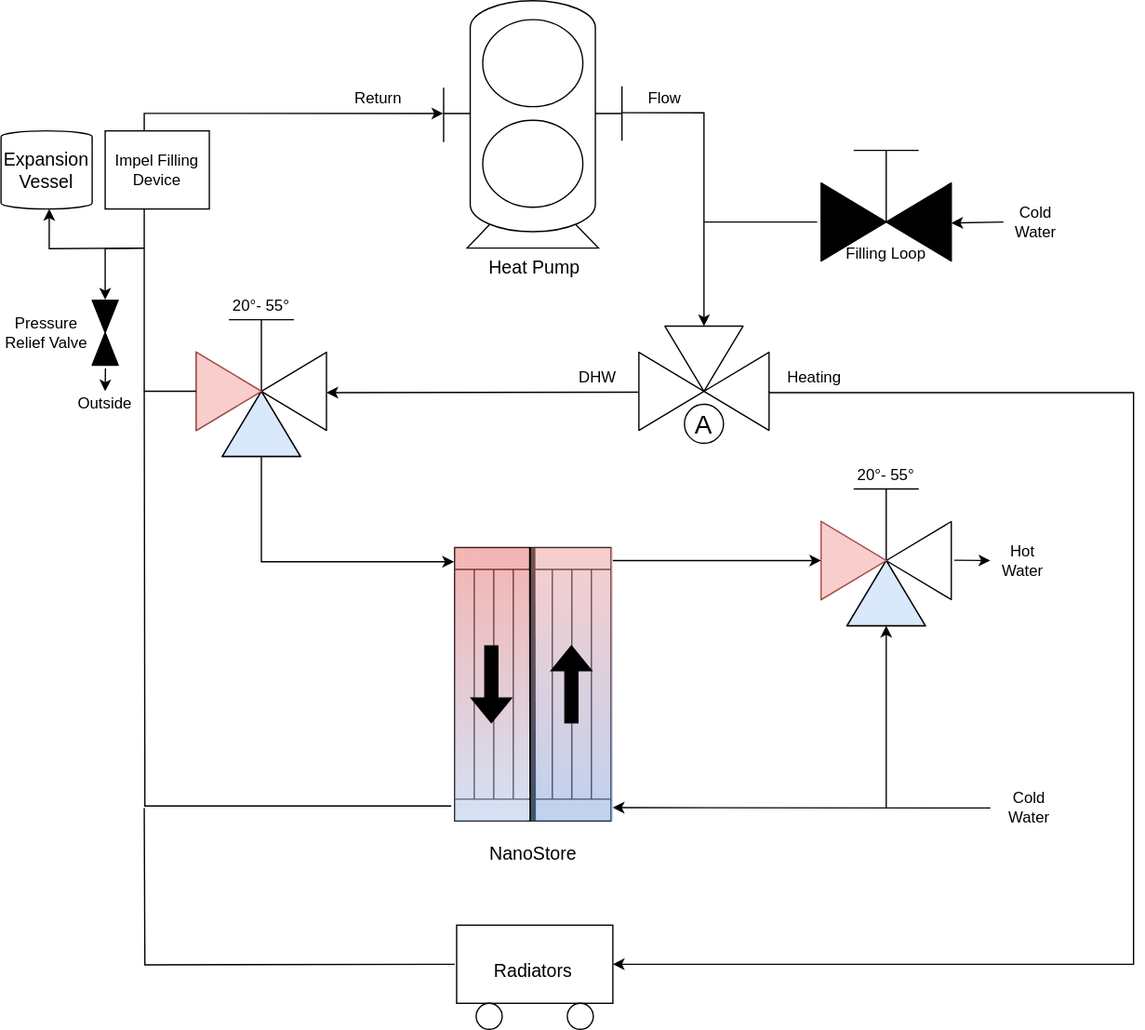
Before: assets/images/home-assistant/original-plumbing-schematic.svg, a diagram exported from draw.io (TheCandidStartup/TheCandidStartup.github.io). Source tidied: cells renumbered, new cells last; positions are measured from the earlier drawing's top-left corner, leaving out a move shared by most shapes. Source of this version:
```xml
<mxGraphModel>
  <root>
    <mxCell id="0" />
    <mxCell id="1" parent="0" />
    <mxCell id="2" style="edgeStyle=orthogonalEdgeStyle;rounded=0;jettySize=auto;html=1;startArrow=classic;startFill=1;endArrow=none;endFill=0;entryX=1;entryY=0.453;entryDx=0;entryDy=0;entryPerimeter=0;" parent="1" edge="1" source="3" target="5">
      <mxGeometry relative="1" as="geometry">
        <Array as="points">
          <mxPoint x="540" y="86" />
        </Array>
      </mxGeometry>
    </mxCell>
    <mxCell id="3" style="verticalLabelPosition=bottom;align=center;html=1;verticalAlign=top;dashed=0;shape=mxgraph.pid2valves.valve;valveType=threeWay;actuator=none;direction=west;" parent="1" vertex="1">
      <mxGeometry x="490" y="250" width="100" height="80" as="geometry" />
    </mxCell>
    <mxCell id="4" style="shape=mxgraph.pid.vessels.pressurized_vessel;html=1;align=center;verticalLabelPosition=bottom;verticalAlign=top;dashed=0;" parent="1" vertex="1">
      <mxGeometry y="100" width="70" height="60" as="geometry" />
    </mxCell>
    <mxCell id="5" style="shape=mxgraph.pid.pumps.gear_pump;html=1;align=center;verticalLabelPosition=bottom;verticalAlign=top;dashed=0;" parent="1" vertex="1">
      <mxGeometry x="340" width="137" height="190" as="geometry" />
    </mxCell>
    <mxCell id="6" value="&lt;font style=&quot;font-size: 20px;&quot;&gt;A&lt;/font&gt;" style="ellipse;whiteSpace=wrap;html=1;" parent="1" vertex="1">
      <mxGeometry x="525" y="310" width="30" height="30" as="geometry" />
    </mxCell>
    <mxCell id="7" style="shape=mxgraph.pid.heat_exchangers.fixed_straight_tubes_heat_exchanger;html=1;align=center;verticalLabelPosition=bottom;verticalAlign=top;dashed=0;direction=south;" parent="1" vertex="1">
      <mxGeometry x="348.5" y="420" width="120" height="210" as="geometry" />
    </mxCell>
    <mxCell id="8" style="endArrow=none;html=1;rounded=0;strokeWidth=5;exitX=1;exitY=0.501;exitDx=0;exitDy=0;exitPerimeter=0;" parent="1" edge="1" source="7">
      <mxGeometry relative="1" as="geometry">
        <mxPoint x="408" y="420" as="targetPoint" />
      </mxGeometry>
    </mxCell>
    <mxCell id="9" style="group;" parent="1" vertex="1">
      <mxGeometry x="150" y="230" width="100" height="120" as="geometry" />
    </mxCell>
    <mxCell id="10" style="verticalLabelPosition=bottom;align=center;html=1;verticalAlign=top;dashed=0;shape=mxgraph.pid2valves.valve;valveType=threeWay;actuator=man;direction=east;" parent="9" vertex="1">
      <mxGeometry width="100" height="120" as="geometry" />
    </mxCell>
    <mxCell id="11" style="triangle;whiteSpace=wrap;html=1;fillColor=#dae8fc;strokeColor=#000000;direction=north;" parent="9" vertex="1">
      <mxGeometry x="20" y="70" width="60" height="50" as="geometry" />
    </mxCell>
    <mxCell id="12" style="triangle;whiteSpace=wrap;html=1;fillColor=#f8cecc;strokeColor=#b85450;direction=east;" parent="9" vertex="1">
      <mxGeometry y="40" width="50" height="60" as="geometry" />
    </mxCell>
    <mxCell id="13" value="20°- 55°" style="text;html=1;strokeColor=none;fillColor=none;align=center;verticalAlign=middle;whiteSpace=wrap;rounded=0;" parent="9" vertex="1">
      <mxGeometry x="25" y="-10" width="50" height="30" as="geometry" />
    </mxCell>
    <mxCell id="14" style="group;" parent="1" vertex="1">
      <mxGeometry x="630" y="360" width="100" height="120" as="geometry" />
    </mxCell>
    <mxCell id="15" style="verticalLabelPosition=bottom;align=center;html=1;verticalAlign=top;dashed=0;shape=mxgraph.pid2valves.valve;valveType=threeWay;actuator=man;direction=east;" parent="14" vertex="1">
      <mxGeometry width="100" height="120" as="geometry" />
    </mxCell>
    <mxCell id="16" style="triangle;whiteSpace=wrap;html=1;fillColor=#dae8fc;strokeColor=#000000;direction=north;" parent="14" vertex="1">
      <mxGeometry x="20" y="70" width="60" height="50" as="geometry" />
    </mxCell>
    <mxCell id="17" style="triangle;whiteSpace=wrap;html=1;fillColor=#f8cecc;strokeColor=#b85450;direction=east;" parent="14" vertex="1">
      <mxGeometry y="40" width="50" height="60" as="geometry" />
    </mxCell>
    <mxCell id="18" style="rounded=0;whiteSpace=wrap;html=1;gradientColor=#7EA6E0;fillColor=#F19C99;opacity=50;strokeColor=none;" parent="1" vertex="1">
      <mxGeometry x="407" y="420" width="63" height="210" as="geometry" />
    </mxCell>
    <mxCell id="19" style="rounded=0;whiteSpace=wrap;html=1;gradientColor=#A9C4EB;fillColor=#EA6B66;opacity=50;strokeColor=none;direction=east;" parent="1" vertex="1">
      <mxGeometry x="348.5" y="420" width="57" height="210" as="geometry" />
    </mxCell>
    <mxCell id="20" style="verticalLabelPosition=bottom;align=center;html=1;verticalAlign=top;dashed=0;shape=mxgraph.pid2valves.valve;valveType=gate;defState=closed;direction=north;" parent="1" vertex="1">
      <mxGeometry x="70" y="230" width="20" height="50" as="geometry" />
    </mxCell>
    <mxCell id="21" style="endArrow=classic;html=1;rounded=0;exitX=1.007;exitY=0.367;exitDx=0;exitDy=0;exitPerimeter=0;" parent="1" edge="1" source="3">
      <mxGeometry relative="1" as="geometry">
        <mxPoint x="250" y="301" as="targetPoint" />
      </mxGeometry>
    </mxCell>
    <mxCell id="22" style="endArrow=classic;html=1;rounded=0;exitX=0;exitY=0.5;exitDx=0;exitDy=0;entryX=-0.009;entryY=0.052;entryDx=0;entryDy=0;edgeStyle=orthogonalEdgeStyle;entryPerimeter=0;" parent="1" edge="1" source="11" target="19">
      <mxGeometry relative="1" as="geometry" />
    </mxCell>
    <mxCell id="23" style="endArrow=classic;html=1;rounded=0;exitX=0;exitY=0.5;exitDx=0;exitDy=0;entryX=-0.002;entryY=0.456;entryDx=0;entryDy=0;entryPerimeter=0;edgeStyle=orthogonalEdgeStyle;" parent="1" edge="1" source="12" target="5">
      <mxGeometry relative="1" as="geometry">
        <Array as="points">
          <mxPoint x="110" y="300" />
          <mxPoint x="110" y="87" />
        </Array>
      </mxGeometry>
    </mxCell>
    <mxCell id="24" style="endArrow=classic;html=1;rounded=0;entryX=1.007;entryY=0.5;entryDx=0;entryDy=0;entryPerimeter=0;edgeStyle=orthogonalEdgeStyle;" parent="1" edge="1" target="20">
      <mxGeometry relative="1" as="geometry">
        <mxPoint x="110" y="190" as="sourcePoint" />
      </mxGeometry>
    </mxCell>
    <mxCell id="25" style="endArrow=classic;html=1;rounded=0;entryX=0.5;entryY=0;entryDx=0;entryDy=0;exitX=-0.049;exitY=0.51;exitDx=0;exitDy=0;exitPerimeter=0;" parent="1" edge="1" source="20" target="43">
      <mxGeometry relative="1" as="geometry" />
    </mxCell>
    <mxCell id="26" style="endArrow=classic;html=1;rounded=0;entryX=0.529;entryY=1;entryDx=0;entryDy=0;entryPerimeter=0;edgeStyle=orthogonalEdgeStyle;" parent="1" edge="1" target="4">
      <mxGeometry relative="1" as="geometry">
        <mxPoint x="110" y="190" as="sourcePoint" />
      </mxGeometry>
    </mxCell>
    <mxCell id="27" style="endArrow=none;html=1;rounded=0;edgeStyle=orthogonalEdgeStyle;endFill=0;exitX=-0.047;exitY=0.945;exitDx=0;exitDy=0;exitPerimeter=0;" parent="1" edge="1" source="19">
      <mxGeometry relative="1" as="geometry">
        <mxPoint x="110" y="300" as="targetPoint" />
      </mxGeometry>
    </mxCell>
    <mxCell id="28" style="endArrow=classic;html=1;rounded=0;entryX=0.999;entryY=0.951;entryDx=0;entryDy=0;entryPerimeter=0;" parent="1" edge="1" target="18">
      <mxGeometry relative="1" as="geometry">
        <mxPoint x="760" y="620" as="sourcePoint" />
      </mxGeometry>
    </mxCell>
    <mxCell id="29" style="endArrow=classic;html=1;rounded=0;entryX=0;entryY=0.5;entryDx=0;entryDy=0;" parent="1" edge="1" target="16">
      <mxGeometry relative="1" as="geometry">
        <mxPoint x="680" y="620" as="sourcePoint" />
      </mxGeometry>
    </mxCell>
    <mxCell id="30" style="endArrow=none;html=1;rounded=0;entryX=1.023;entryY=0.581;entryDx=0;entryDy=0;entryPerimeter=0;startArrow=classic;startFill=1;endFill=0;" parent="1" edge="1" target="15">
      <mxGeometry relative="1" as="geometry">
        <mxPoint x="760" y="430" as="sourcePoint" />
      </mxGeometry>
    </mxCell>
    <mxCell id="31" style="shape=flexArrow;endArrow=classic;html=1;rounded=0;strokeColor=#000000;fillColor=#000000;" parent="1" edge="1">
      <mxGeometry relative="1" as="geometry">
        <mxPoint x="438.2" y="555" as="sourcePoint" />
        <mxPoint x="438.2" y="495" as="targetPoint" />
      </mxGeometry>
    </mxCell>
    <mxCell id="32" style="shape=flexArrow;endArrow=classic;html=1;rounded=0;strokeColor=#000000;fillColor=#000000;" parent="1" edge="1">
      <mxGeometry relative="1" as="geometry">
        <mxPoint x="376.7" y="495" as="sourcePoint" />
        <mxPoint x="376.7" y="555" as="targetPoint" />
      </mxGeometry>
    </mxCell>
    <mxCell id="33" style="endArrow=classic;html=1;rounded=0;entryX=0;entryY=0.5;entryDx=0;entryDy=0;" parent="1" edge="1" target="17">
      <mxGeometry relative="1" as="geometry">
        <mxPoint x="470" y="430" as="sourcePoint" />
      </mxGeometry>
    </mxCell>
    <mxCell id="34" style="endArrow=classic;html=1;rounded=0;edgeStyle=orthogonalEdgeStyle;" parent="1" edge="1" target="35">
      <mxGeometry relative="1" as="geometry">
        <mxPoint x="590" y="300" as="sourcePoint" />
        <Array as="points">
          <mxPoint x="870" y="301" />
          <mxPoint x="870" y="740" />
        </Array>
      </mxGeometry>
    </mxCell>
    <mxCell id="35" style="verticalLabelPosition=bottom;outlineConnect=0;align=center;dashed=0;html=1;verticalAlign=top;shape=mxgraph.pid.misc.box_truck;" parent="1" vertex="1">
      <mxGeometry x="350" y="710" width="120" height="80" as="geometry" />
    </mxCell>
    <mxCell id="36" style="endArrow=none;html=1;rounded=0;edgeStyle=orthogonalEdgeStyle;endFill=0;" parent="1" edge="1">
      <mxGeometry relative="1" as="geometry">
        <mxPoint x="348.5" y="740" as="sourcePoint" />
        <mxPoint x="110" y="620" as="targetPoint" />
      </mxGeometry>
    </mxCell>
    <mxCell id="37" value="Flow" style="text;html=1;strokeColor=none;fillColor=none;align=center;verticalAlign=middle;whiteSpace=wrap;rounded=0;" parent="1" vertex="1">
      <mxGeometry x="490" y="60" width="40" height="30" as="geometry" />
    </mxCell>
    <mxCell id="38" value="Return" style="text;html=1;strokeColor=none;fillColor=none;align=center;verticalAlign=middle;whiteSpace=wrap;rounded=0;" parent="1" vertex="1">
      <mxGeometry x="260" y="60" width="60" height="30" as="geometry" />
    </mxCell>
    <mxCell id="39" value="DHW" style="text;html=1;strokeColor=none;fillColor=none;align=center;verticalAlign=middle;whiteSpace=wrap;rounded=0;" parent="1" vertex="1">
      <mxGeometry x="440" y="275" width="37" height="30" as="geometry" />
    </mxCell>
    <mxCell id="40" value="Heating" style="text;html=1;strokeColor=none;fillColor=none;align=center;verticalAlign=middle;whiteSpace=wrap;rounded=0;" parent="1" vertex="1">
      <mxGeometry x="600" y="275" width="50" height="30" as="geometry" />
    </mxCell>
    <mxCell id="41" value="Cold Water" style="text;html=1;strokeColor=none;fillColor=none;align=center;verticalAlign=middle;whiteSpace=wrap;rounded=0;" parent="1" vertex="1">
      <mxGeometry x="760" y="600" width="60" height="40" as="geometry" />
    </mxCell>
    <mxCell id="42" value="Hot Water" style="text;html=1;strokeColor=none;fillColor=none;align=center;verticalAlign=middle;whiteSpace=wrap;rounded=0;" parent="1" vertex="1">
      <mxGeometry x="760" y="410" width="50" height="40" as="geometry" />
    </mxCell>
    <mxCell id="43" value="Outside" style="text;html=1;strokeColor=none;fillColor=none;align=center;verticalAlign=middle;whiteSpace=wrap;rounded=0;" parent="1" vertex="1">
      <mxGeometry x="55" y="300" width="50" height="20" as="geometry" />
    </mxCell>
    <mxCell id="44" value="&lt;font style=&quot;font-size: 14px;&quot;&gt;Expansion Vessel&lt;/font&gt;" style="text;html=1;strokeColor=none;fillColor=none;align=center;verticalAlign=middle;whiteSpace=wrap;rounded=0;" parent="1" vertex="1">
      <mxGeometry x="5" y="110" width="60" height="40" as="geometry" />
    </mxCell>
    <mxCell id="45" value="&lt;font style=&quot;font-size: 12px;&quot;&gt;Pressure Relief Valve&lt;/font&gt;" style="text;html=1;strokeColor=none;fillColor=none;align=center;verticalAlign=middle;whiteSpace=wrap;rounded=0;" parent="1" vertex="1">
      <mxGeometry y="235" width="70" height="40" as="geometry" />
    </mxCell>
    <mxCell id="46" value="&lt;font style=&quot;font-size: 14px;&quot;&gt;Heat Pump&lt;/font&gt;" style="text;html=1;strokeColor=none;fillColor=none;align=center;verticalAlign=middle;whiteSpace=wrap;rounded=0;" parent="1" vertex="1">
      <mxGeometry x="370" y="190" width="80" height="30" as="geometry" />
    </mxCell>
    <mxCell id="47" value="&lt;font style=&quot;font-size: 14px;&quot;&gt;Radiators&lt;/font&gt;" style="text;html=1;strokeColor=none;fillColor=none;align=center;verticalAlign=middle;whiteSpace=wrap;rounded=0;" parent="1" vertex="1">
      <mxGeometry x="373.5" y="730" width="70" height="30" as="geometry" />
    </mxCell>
    <mxCell id="48" value="20°- 55°" style="text;html=1;strokeColor=none;fillColor=none;align=center;verticalAlign=middle;whiteSpace=wrap;rounded=0;" parent="1" vertex="1">
      <mxGeometry x="655" y="350" width="50" height="30" as="geometry" />
    </mxCell>
    <mxCell id="49" value="&lt;font style=&quot;font-size: 14px;&quot;&gt;NanoStore&lt;/font&gt;" style="text;html=1;strokeColor=none;fillColor=none;align=center;verticalAlign=middle;whiteSpace=wrap;rounded=0;fontSize=14;" parent="1" vertex="1">
      <mxGeometry x="368.5" y="640" width="80" height="30" as="geometry" />
    </mxCell>
    <mxCell id="50" value="Impel Filling Device" style="rounded=0;whiteSpace=wrap;html=1;" parent="1" vertex="1">
      <mxGeometry x="80" y="100" width="80" height="60" as="geometry" />
    </mxCell>
    <mxCell id="51" style="verticalLabelPosition=bottom;align=center;html=1;verticalAlign=top;dashed=0;shape=mxgraph.pid2valves.valve;valveType=gate;actuator=man;fillColor=#000000;" parent="1" vertex="1">
      <mxGeometry x="630" y="100" width="100" height="100" as="geometry" />
    </mxCell>
    <mxCell id="52" value="Cold Water" style="text;html=1;strokeColor=none;fillColor=none;align=center;verticalAlign=middle;whiteSpace=wrap;rounded=0;" parent="1" vertex="1">
      <mxGeometry x="770" y="150" width="50" height="40" as="geometry" />
    </mxCell>
    <mxCell id="53" style="endArrow=classic;html=1;rounded=0;exitX=0;exitY=0.5;exitDx=0;exitDy=0;entryX=1;entryY=0.708;entryDx=0;entryDy=0;entryPerimeter=0;" parent="1" edge="1" source="52" target="51">
      <mxGeometry relative="1" as="geometry" />
    </mxCell>
    <mxCell id="54" style="endArrow=none;html=1;rounded=0;exitX=-0.03;exitY=0.7;exitDx=0;exitDy=0;exitPerimeter=0;endFill=0;" parent="1" edge="1" source="51">
      <mxGeometry relative="1" as="geometry">
        <mxPoint x="540" y="170" as="targetPoint" />
      </mxGeometry>
    </mxCell>
    <mxCell id="55" value="&lt;font style=&quot;font-size: 12px;&quot;&gt;Filling Loop&lt;/font&gt;" style="text;html=1;strokeColor=none;fillColor=none;align=center;verticalAlign=middle;whiteSpace=wrap;rounded=0;" parent="1" vertex="1">
      <mxGeometry x="645" y="180" width="70" height="30" as="geometry" />
    </mxCell>
  </root>
</mxGraphModel>
```
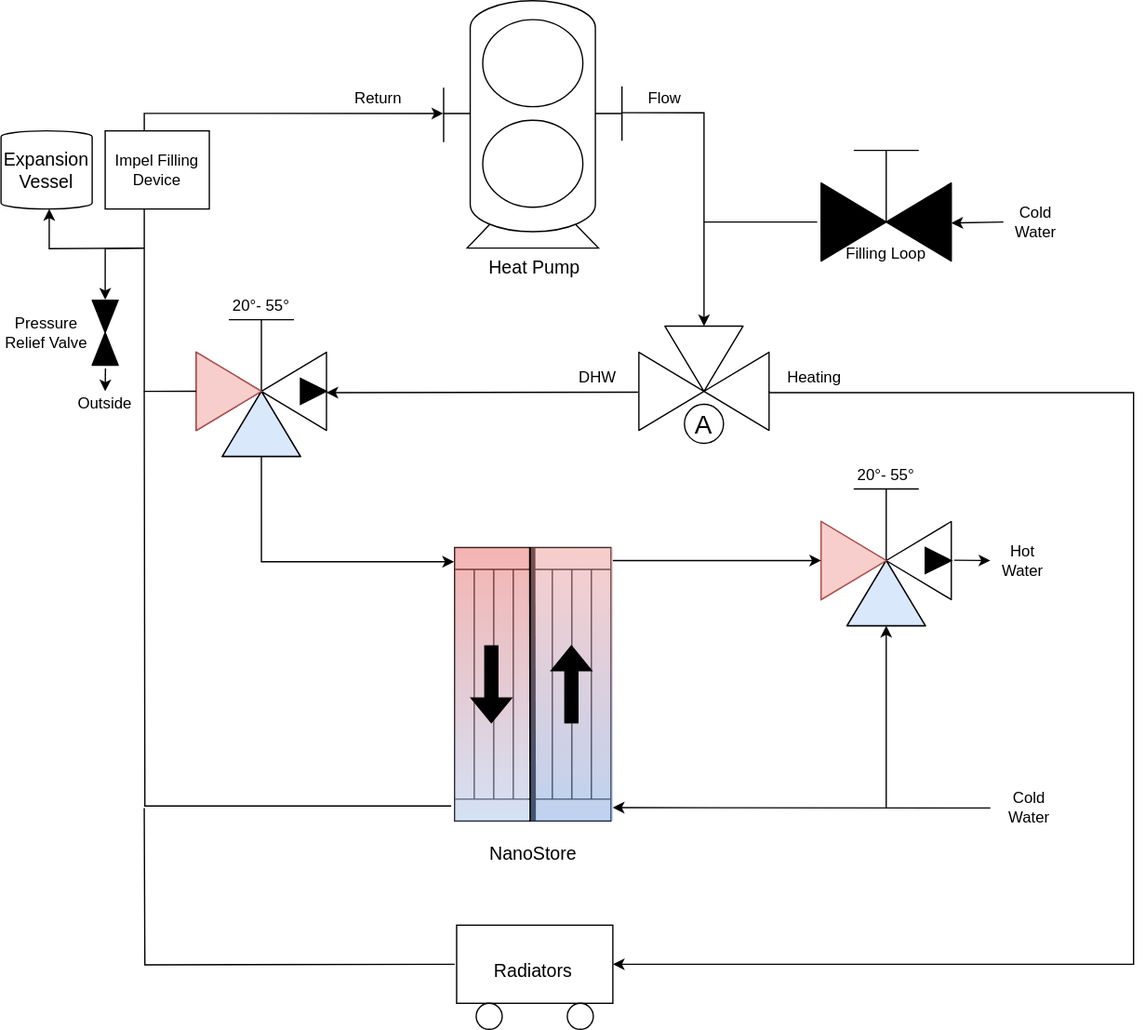
Above is the later version.

Diff of the diagram source:
```diff
@@ -44,6 +44,9 @@
     <mxCell id="13" value="20°- 55°" style="text;html=1;strokeColor=none;fillColor=none;align=center;verticalAlign=middle;whiteSpace=wrap;rounded=0;" parent="9" vertex="1">
       <mxGeometry x="25" y="-10" width="50" height="30" as="geometry" />
     </mxCell>
+    <mxCell id="56" style="triangle;whiteSpace=wrap;html=1;fillColor=#000000;" parent="9" vertex="1">
+      <mxGeometry x="80" y="60" width="20" height="20" as="geometry" />
+    </mxCell>
     <mxCell id="14" style="group;" parent="1" vertex="1">
       <mxGeometry x="630" y="360" width="100" height="120" as="geometry" />
     </mxCell>
@@ -56,6 +59,9 @@
     <mxCell id="17" style="triangle;whiteSpace=wrap;html=1;fillColor=#f8cecc;strokeColor=#b85450;direction=east;" parent="14" vertex="1">
       <mxGeometry y="40" width="50" height="60" as="geometry" />
     </mxCell>
+    <mxCell id="57" style="triangle;whiteSpace=wrap;html=1;fillColor=#000000;" parent="14" vertex="1">
+      <mxGeometry x="80" y="60" width="20" height="20" as="geometry" />
+    </mxCell>
     <mxCell id="18" style="rounded=0;whiteSpace=wrap;html=1;gradientColor=#7EA6E0;fillColor=#F19C99;opacity=50;strokeColor=none;" parent="1" vertex="1">
       <mxGeometry x="407" y="420" width="63" height="210" as="geometry" />
     </mxCell>
```
